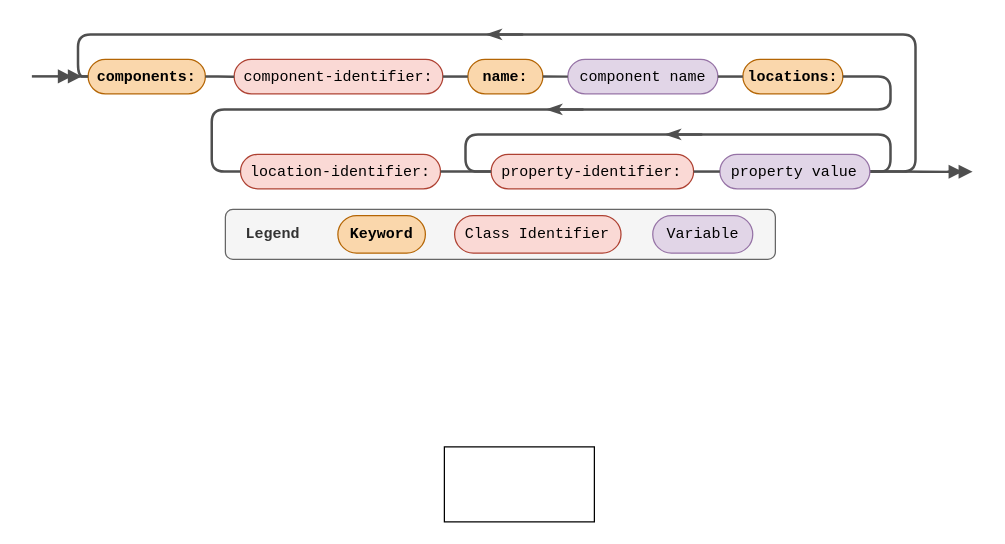
Earlier version of the draw.io diagram 3. Proyecto/metamodel/Railroad Components.drawio (MrDahaniel/StarDuck). Source tidied: cells renumbered, new cells numbered last; positions are measured from the earlier drawing's top-left corner, leaving out a move shared by most shapes. Both pictures are drawn from the tidied source at 125%, with x=0, y=0 at pixel (31, 21).
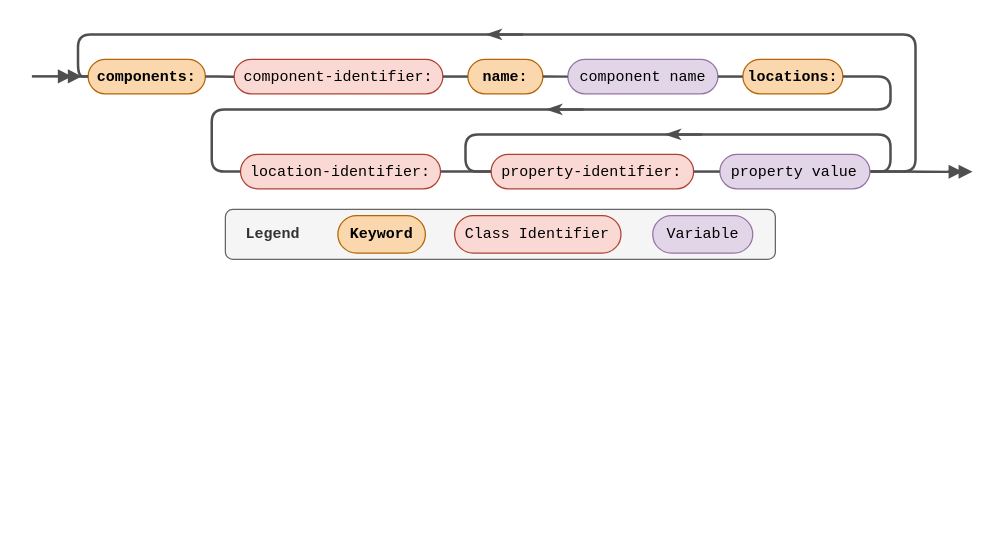
The same page after the edit.

The edit, as a diff of the source:
```diff
@@
-    <mxCell id="33" style="whiteSpace=wrap;html=1;" parent="1" vertex="1">
-      <mxGeometry x="330" y="340" width="120" height="60" as="geometry" />
-    </mxCell>
```
